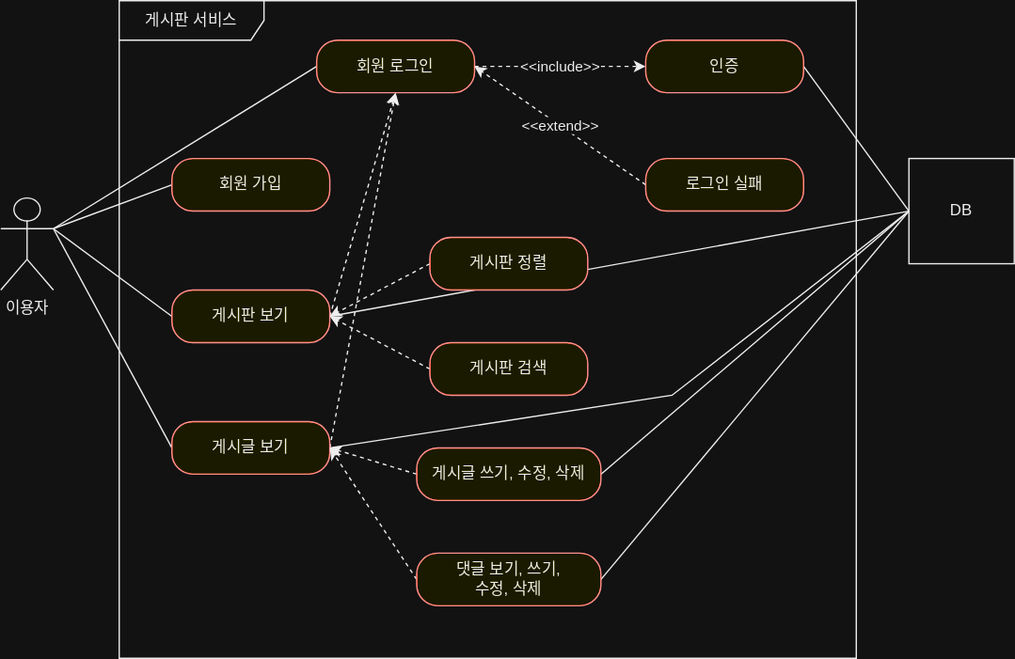
Earlier version of the draw.io export document/use-case.svg (bokyoung89/work-board-project). Source tidied: cells renumbered, new cells last; positions are measured from the earlier drawing's top-left corner, leaving out a move shared by most shapes.
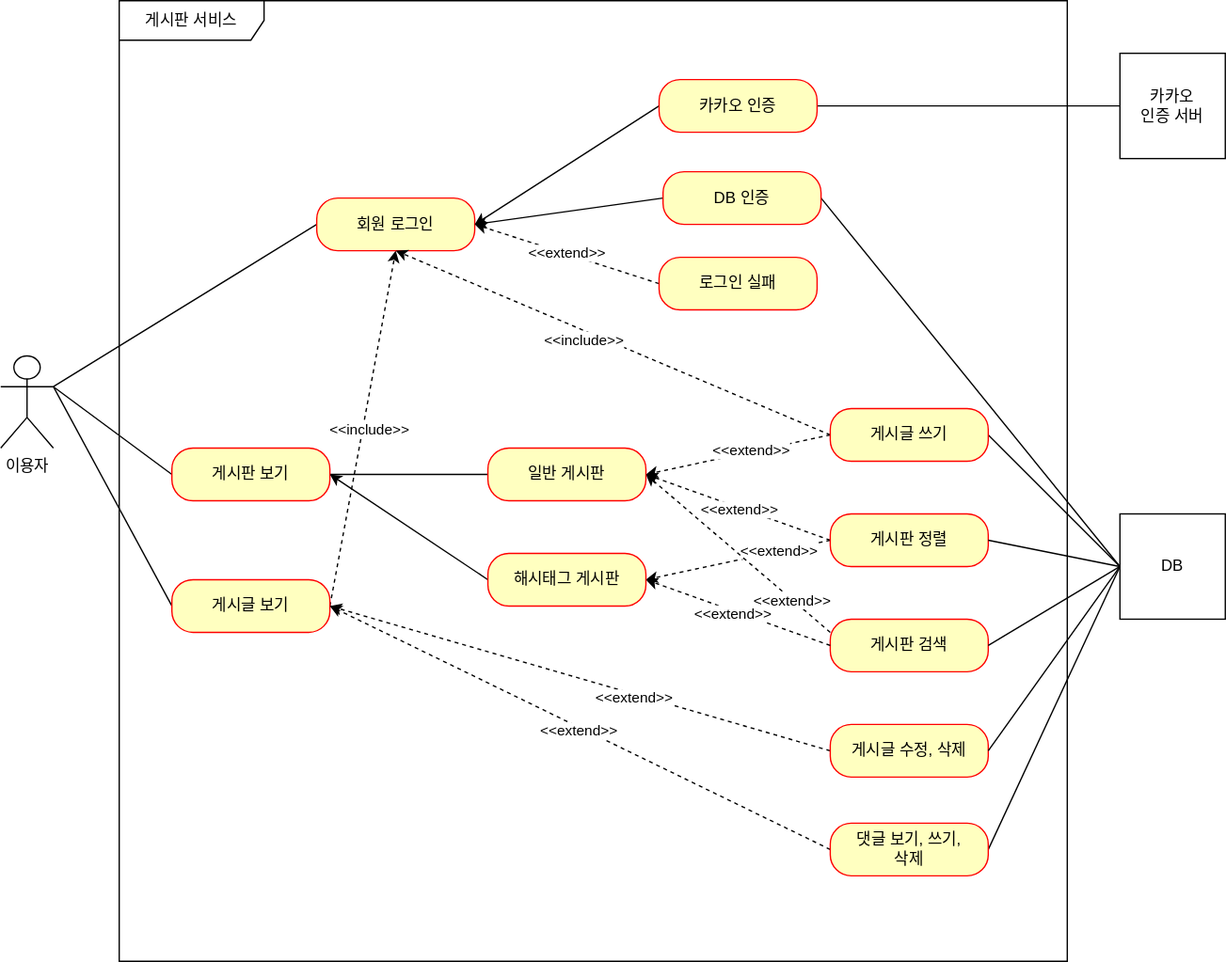
Later version of the same file.

Commit message:
#50 - use-case.svg : 카카오 인증 유즈 케이스 추가

Diff of the diagram source:
```diff
@@ -3,30 +3,19 @@
     <mxCell id="0" />
     <mxCell id="1" parent="0" />
     <mxCell id="2" value="이용자" style="shape=umlActor;verticalLabelPosition=bottom;verticalAlign=top;html=1;" parent="1" vertex="1">
-      <mxGeometry y="150" width="40" height="70" as="geometry" />
+      <mxGeometry x="10" y="160" width="40" height="70" as="geometry" />
     </mxCell>
     <mxCell id="3" value="게시판 서비스" style="shape=umlFrame;whiteSpace=wrap;html=1;width=110;height=30;" parent="1" vertex="1">
-      <mxGeometry x="90" width="560" height="500" as="geometry" />
+      <mxGeometry x="100" y="-110" width="720" height="730" as="geometry" />
     </mxCell>
-    <mxCell id="4" style="rounded=0;jettySize=auto;html=1;exitX=0;exitY=0.5;exitDx=0;exitDy=0;entryX=1;entryY=0.3333333333333333;entryDx=0;entryDy=0;entryPerimeter=0;endArrow=none;endFill=0;" parent="1" edge="1" source="5" target="2">
-      <mxGeometry relative="1" as="geometry" />
-    </mxCell>
-    <mxCell id="5" value="회원 가입" style="rounded=1;whiteSpace=wrap;html=1;arcSize=40;fontColor=#000000;fillColor=#ffffc0;strokeColor=#ff0000;" parent="1" vertex="1">
-      <mxGeometry x="130" y="120" width="120" height="40" as="geometry" />
-    </mxCell>
     <mxCell id="6" style="rounded=0;jettySize=auto;html=1;exitX=0;exitY=0.5;exitDx=0;exitDy=0;entryX=1;entryY=0.3333333333333333;entryDx=0;entryDy=0;entryPerimeter=0;endArrow=none;endFill=0;" parent="1" edge="1" source="9" target="2">
       <mxGeometry relative="1" as="geometry" />
     </mxCell>
-    <mxCell id="7" style="rounded=0;jettySize=auto;html=1;exitX=1;exitY=0.5;exitDx=0;exitDy=0;entryX=0.5;entryY=1;entryDx=0;entryDy=0;dashed=1;" parent="1" edge="1" source="9" target="16">
-      <mxGeometry relative="1" as="geometry" />
-    </mxCell>
-    <mxCell id="8" style="rounded=0;jettySize=auto;html=1;exitX=1;exitY=0.5;exitDx=0;exitDy=0;endArrow=none;endFill=0;" parent="1" edge="1" source="9">
-      <mxGeometry relative="1" as="geometry">
-        <mxPoint x="690" y="160" as="targetPoint" />
-      </mxGeometry>
-    </mxCell>
+    <mxCell id="32" style="rounded=0;jettySize=auto;html=1;exitX=1;exitY=0.5;exitDx=0;exitDy=0;endArrow=none;endFill=0;entryX=0;entryY=0.5;entryDx=0;entryDy=0;" parent="1" edge="1" source="9" target="48">
+      <mxGeometry relative="1" as="geometry" />
+    </mxCell>
     <mxCell id="9" value="게시판 보기" style="rounded=1;whiteSpace=wrap;html=1;arcSize=40;fontColor=#000000;fillColor=#ffffc0;strokeColor=#ff0000;" parent="1" vertex="1">
-      <mxGeometry x="130" y="220" width="120" height="40" as="geometry" />
+      <mxGeometry x="140" y="230" width="120" height="40" as="geometry" />
     </mxCell>
     <mxCell id="10" style="rounded=0;jettySize=auto;html=1;exitX=0;exitY=0.5;exitDx=0;exitDy=0;endArrow=none;endFill=0;entryX=1;entryY=0.3333333333333333;entryDx=0;entryDy=0;entryPerimeter=0;" parent="1" edge="1" source="13" target="2">
       <mxGeometry relative="1" as="geometry" />
@@ -34,69 +23,142 @@
     <mxCell id="11" style="rounded=0;jettySize=auto;html=1;exitX=1;exitY=0.5;exitDx=0;exitDy=0;entryX=0.5;entryY=1;entryDx=0;entryDy=0;dashed=1;" parent="1" edge="1" source="13" target="16">
       <mxGeometry relative="1" as="geometry" />
     </mxCell>
-    <mxCell id="12" style="rounded=0;jettySize=auto;html=1;exitX=1;exitY=0.5;exitDx=0;exitDy=0;entryX=0;entryY=0.5;entryDx=0;entryDy=0;endArrow=none;endFill=0;" parent="1" edge="1" source="13" target="31">
-      <mxGeometry relative="1" as="geometry">
-        <Array as="points">
-          <mxPoint x="510" y="300" />
-        </Array>
-      </mxGeometry>
-    </mxCell>
+    <mxCell id="33" value="&amp;lt;&amp;lt;include&amp;gt;&amp;gt;" style="edgeLabel;html=1;align=center;verticalAlign=middle;" parent="11" vertex="1">
+      <mxGeometry x="0.01" y="-4" relative="1" as="geometry" />
+    </mxCell>
     <mxCell id="13" value="게시글 보기" style="rounded=1;whiteSpace=wrap;html=1;arcSize=40;fontColor=#000000;fillColor=#ffffc0;strokeColor=#ff0000;" parent="1" vertex="1">
-      <mxGeometry x="130" y="320" width="120" height="40" as="geometry" />
+      <mxGeometry x="140" y="330" width="120" height="40" as="geometry" />
     </mxCell>
     <mxCell id="14" style="rounded=0;jettySize=auto;html=1;exitX=0;exitY=0.5;exitDx=0;exitDy=0;entryX=1;entryY=0.3333333333333333;entryDx=0;entryDy=0;entryPerimeter=0;endArrow=none;endFill=0;" parent="1" edge="1" source="16" target="2">
       <mxGeometry relative="1" as="geometry" />
     </mxCell>
-    <mxCell id="15" value="&amp;lt;&amp;lt;include&amp;gt;&amp;gt;" style="edgeStyle=orthogonalEdgeStyle;rounded=0;jettySize=auto;html=1;exitX=1;exitY=0.5;exitDx=0;exitDy=0;entryX=0;entryY=0.5;entryDx=0;entryDy=0;dashed=1;" parent="1" edge="1" source="16" target="18">
-      <mxGeometry relative="1" as="geometry" />
-    </mxCell>
     <mxCell id="16" value="회원 로그인" style="rounded=1;whiteSpace=wrap;html=1;arcSize=40;fontColor=#000000;fillColor=#ffffc0;strokeColor=#ff0000;" parent="1" vertex="1">
-      <mxGeometry x="240" y="30" width="120" height="40" as="geometry" />
+      <mxGeometry x="250" y="40" width="120" height="40" as="geometry" />
     </mxCell>
-    <mxCell id="17" style="rounded=0;jettySize=auto;html=1;exitX=1;exitY=0.5;exitDx=0;exitDy=0;entryX=0;entryY=0.5;entryDx=0;entryDy=0;endArrow=none;endFill=0;" parent="1" edge="1" source="18" target="31">
-      <mxGeometry relative="1" as="geometry" />
-    </mxCell>
-    <mxCell id="18" value="인증" style="rounded=1;whiteSpace=wrap;html=1;arcSize=40;fontColor=#000000;fillColor=#ffffc0;strokeColor=#ff0000;" parent="1" vertex="1">
-      <mxGeometry x="490" y="30" width="120" height="40" as="geometry" />
-    </mxCell>
+    <mxCell id="34" style="rounded=0;jettySize=auto;html=1;exitX=1;exitY=0.5;exitDx=0;exitDy=0;entryX=0;entryY=0.5;entryDx=0;entryDy=0;endArrow=none;endFill=0;" parent="1" edge="1" source="36" target="31">
+      <mxGeometry relative="1" as="geometry" />
+    </mxCell>
+    <mxCell id="35" style="rounded=0;jettySize=auto;html=1;exitX=0;exitY=0.5;exitDx=0;exitDy=0;entryX=1;entryY=0.5;entryDx=0;entryDy=0;" parent="1" edge="1" source="36" target="16">
+      <mxGeometry relative="1" as="geometry" />
+    </mxCell>
+    <mxCell id="36" value="DB 인증" style="rounded=1;whiteSpace=wrap;html=1;arcSize=40;fontColor=#000000;fillColor=#ffffc0;strokeColor=#ff0000;" parent="1" vertex="1">
+      <mxGeometry x="513" y="20" width="120" height="40" as="geometry" />
+    </mxCell>
     <mxCell id="19" value="&amp;lt;&amp;lt;extend&amp;gt;&amp;gt;" style="rounded=0;jettySize=auto;html=1;exitX=0;exitY=0.5;exitDx=0;exitDy=0;entryX=1;entryY=0.5;entryDx=0;entryDy=0;dashed=1;" parent="1" edge="1" source="20" target="16">
       <mxGeometry relative="1" as="geometry" />
     </mxCell>
     <mxCell id="20" value="로그인 실패" style="rounded=1;whiteSpace=wrap;html=1;arcSize=40;fontColor=#000000;fillColor=#ffffc0;strokeColor=#ff0000;" parent="1" vertex="1">
-      <mxGeometry x="490" y="120" width="120" height="40" as="geometry" />
+      <mxGeometry x="510" y="85" width="120" height="40" as="geometry" />
     </mxCell>
-    <mxCell id="21" style="rounded=0;jettySize=auto;html=1;exitX=0;exitY=0.5;exitDx=0;exitDy=0;entryX=1;entryY=0.5;entryDx=0;entryDy=0;dashed=1;" parent="1" edge="1" source="22" target="9">
-      <mxGeometry relative="1" as="geometry" />
-    </mxCell>
+    <mxCell id="37" style="rounded=0;jettySize=auto;html=1;exitX=0;exitY=0.5;exitDx=0;exitDy=0;entryX=1;entryY=0.5;entryDx=0;entryDy=0;dashed=1;" parent="1" edge="1" source="22" target="48">
+      <mxGeometry relative="1" as="geometry" />
+    </mxCell>
+    <mxCell id="38" value="&amp;lt;&amp;lt;extend&amp;gt;&amp;gt;" style="edgeLabel;html=1;align=center;verticalAlign=middle;" parent="37" vertex="1">
+      <mxGeometry x="-0.02" y="1" relative="1" as="geometry" />
+    </mxCell>
+    <mxCell id="39" style="rounded=0;jettySize=auto;html=1;exitX=0;exitY=0.5;exitDx=0;exitDy=0;entryX=1;entryY=0.5;entryDx=0;entryDy=0;dashed=1;" parent="1" edge="1" source="22" target="60">
+      <mxGeometry relative="1" as="geometry" />
+    </mxCell>
+    <mxCell id="40" value="&amp;lt;&amp;lt;extend&amp;gt;&amp;gt;" style="edgeLabel;html=1;align=center;verticalAlign=middle;" parent="39" vertex="1">
+      <mxGeometry x="-0.61" relative="1" as="geometry">
+        <mxPoint x="-12" y="2" as="offset" />
+      </mxGeometry>
+    </mxCell>
     <mxCell id="22" value="게시판 정렬" style="rounded=1;whiteSpace=wrap;html=1;arcSize=40;fontColor=#000000;fillColor=#ffffc0;strokeColor=#ff0000;" parent="1" vertex="1">
-      <mxGeometry x="326" y="180" width="120" height="40" as="geometry" />
+      <mxGeometry x="640" y="280" width="120" height="40" as="geometry" />
     </mxCell>
-    <mxCell id="23" style="rounded=0;jettySize=auto;html=1;exitX=0;exitY=0.5;exitDx=0;exitDy=0;dashed=1;entryX=1;entryY=0.5;entryDx=0;entryDy=0;" parent="1" edge="1" source="24" target="9">
-      <mxGeometry relative="1" as="geometry" />
-    </mxCell>
+    <mxCell id="41" style="rounded=0;jettySize=auto;html=1;exitX=0;exitY=0.5;exitDx=0;exitDy=0;entryX=1;entryY=0.5;entryDx=0;entryDy=0;" parent="1" edge="1" source="60" target="9">
+      <mxGeometry relative="1" as="geometry" />
+    </mxCell>
+    <mxCell id="42" style="rounded=0;jettySize=auto;html=1;exitX=0;exitY=0.25;exitDx=0;exitDy=0;entryX=1;entryY=0.5;entryDx=0;entryDy=0;dashed=1;" parent="1" edge="1" source="24" target="48">
+      <mxGeometry relative="1" as="geometry" />
+    </mxCell>
+    <mxCell id="43" value="&amp;lt;&amp;lt;extend&amp;gt;&amp;gt;" style="edgeLabel;html=1;align=center;verticalAlign=middle;" parent="42" vertex="1">
+      <mxGeometry x="-0.42" y="1" relative="1" as="geometry">
+        <mxPoint x="11" y="9" as="offset" />
+      </mxGeometry>
+    </mxCell>
     <mxCell id="24" value="게시판 검색" style="rounded=1;whiteSpace=wrap;html=1;arcSize=40;fontColor=#000000;fillColor=#ffffc0;strokeColor=#ff0000;" parent="1" vertex="1">
-      <mxGeometry x="326" y="260" width="120" height="40" as="geometry" />
+      <mxGeometry x="640" y="360" width="120" height="40" as="geometry" />
     </mxCell>
-    <mxCell id="25" style="rounded=0;jettySize=auto;html=1;exitX=0;exitY=0.5;exitDx=0;exitDy=0;entryX=1;entryY=0.5;entryDx=0;entryDy=0;dashed=1;" parent="1" edge="1" source="27" target="13">
-      <mxGeometry relative="1" as="geometry" />
-    </mxCell>
-    <mxCell id="26" style="rounded=0;jettySize=auto;html=1;exitX=1;exitY=0.5;exitDx=0;exitDy=0;entryX=0;entryY=0.5;entryDx=0;entryDy=0;endArrow=none;endFill=0;" parent="1" edge="1" source="27" target="31">
-      <mxGeometry relative="1" as="geometry" />
-    </mxCell>
-    <mxCell id="27" value="게시글 쓰기, 수정, 삭제" style="rounded=1;whiteSpace=wrap;html=1;arcSize=40;fontColor=#000000;fillColor=#ffffc0;strokeColor=#ff0000;" parent="1" vertex="1">
-      <mxGeometry x="316" y="340" width="140" height="40" as="geometry" />
-    </mxCell>
-    <mxCell id="28" style="rounded=0;jettySize=auto;html=1;exitX=0;exitY=0.5;exitDx=0;exitDy=0;dashed=1;entryX=1;entryY=0.5;entryDx=0;entryDy=0;" parent="1" edge="1" source="30" target="13">
-      <mxGeometry relative="1" as="geometry" />
-    </mxCell>
-    <mxCell id="29" style="rounded=0;jettySize=auto;html=1;exitX=1;exitY=0.5;exitDx=0;exitDy=0;entryX=0;entryY=0.5;entryDx=0;entryDy=0;endArrow=none;endFill=0;" parent="1" edge="1" source="30" target="31">
-      <mxGeometry relative="1" as="geometry" />
-    </mxCell>
-    <mxCell id="30" value="댓글 보기, 쓰기, &lt;br&gt;수정, 삭제" style="rounded=1;whiteSpace=wrap;html=1;arcSize=40;fontColor=#000000;fillColor=#ffffc0;strokeColor=#ff0000;" parent="1" vertex="1">
-      <mxGeometry x="316" y="420" width="140" height="40" as="geometry" />
-    </mxCell>
+    <mxCell id="44" style="rounded=0;jettySize=auto;html=1;exitX=0;exitY=0.5;exitDx=0;exitDy=0;entryX=1;entryY=0.5;entryDx=0;entryDy=0;dashed=1;" parent="1" edge="1" source="47" target="13">
+      <mxGeometry relative="1" as="geometry" />
+    </mxCell>
+    <mxCell id="45" value="&amp;lt;&amp;lt;extend&amp;gt;&amp;gt;" style="edgeLabel;html=1;align=center;verticalAlign=middle;" parent="44" vertex="1">
+      <mxGeometry y="2" relative="1" as="geometry" />
+    </mxCell>
+    <mxCell id="46" style="rounded=0;jettySize=auto;html=1;exitX=1;exitY=0.5;exitDx=0;exitDy=0;entryX=0;entryY=0.5;entryDx=0;entryDy=0;endArrow=none;endFill=0;" parent="1" edge="1" source="47" target="31">
+      <mxGeometry relative="1" as="geometry" />
+    </mxCell>
+    <mxCell id="47" value="댓글 보기, 쓰기, &lt;br&gt;삭제" style="rounded=1;whiteSpace=wrap;html=1;arcSize=40;fontColor=#000000;fillColor=#ffffc0;strokeColor=#ff0000;" parent="1" vertex="1">
+      <mxGeometry x="640" y="515" width="120" height="40" as="geometry" />
+    </mxCell>
     <mxCell id="31" value="DB" style="html=1;whiteSpace=wrap;" parent="1" vertex="1">
-      <mxGeometry x="690" y="120" width="80" height="80" as="geometry" />
+      <mxGeometry x="860" y="280" width="80" height="80" as="geometry" />
     </mxCell>
+    <mxCell id="48" value="일반 게시판" style="rounded=1;whiteSpace=wrap;html=1;arcSize=40;fontColor=#000000;fillColor=#ffffc0;strokeColor=#ff0000;" parent="1" vertex="1">
+      <mxGeometry x="380" y="230" width="120" height="40" as="geometry" />
+    </mxCell>
+    <mxCell id="49" style="rounded=0;jettySize=auto;html=1;exitX=0;exitY=0.5;exitDx=0;exitDy=0;entryX=1;entryY=0.5;entryDx=0;entryDy=0;dashed=1;" parent="1" edge="1" source="54" target="48">
+      <mxGeometry relative="1" as="geometry" />
+    </mxCell>
+    <mxCell id="50" value="&amp;lt;&amp;lt;extend&amp;gt;&amp;gt;" style="edgeLabel;html=1;align=center;verticalAlign=middle;" parent="49" vertex="1">
+      <mxGeometry x="-0.23" y="2" relative="1" as="geometry">
+        <mxPoint x="-7" y="-2" as="offset" />
+      </mxGeometry>
+    </mxCell>
+    <mxCell id="51" style="rounded=0;jettySize=auto;html=1;exitX=0;exitY=0.5;exitDx=0;exitDy=0;entryX=0.5;entryY=1;entryDx=0;entryDy=0;dashed=1;" parent="1" edge="1" source="54" target="16">
+      <mxGeometry relative="1" as="geometry" />
+    </mxCell>
+    <mxCell id="52" value="&amp;lt;&amp;lt;include&amp;gt;&amp;gt;" style="edgeLabel;html=1;align=center;verticalAlign=middle;" parent="51" vertex="1">
+      <mxGeometry x="-0.02" y="4" relative="1" as="geometry">
+        <mxPoint x="-25" y="-8" as="offset" />
+      </mxGeometry>
+    </mxCell>
+    <mxCell id="53" style="rounded=0;jettySize=auto;html=1;exitX=1;exitY=0.5;exitDx=0;exitDy=0;entryX=0;entryY=0.5;entryDx=0;entryDy=0;endArrow=none;endFill=0;" parent="1" edge="1" source="54" target="31">
+      <mxGeometry relative="1" as="geometry" />
+    </mxCell>
+    <mxCell id="54" value="게시글 쓰기" style="rounded=1;whiteSpace=wrap;html=1;arcSize=40;fontColor=#000000;fillColor=#ffffc0;strokeColor=#ff0000;" parent="1" vertex="1">
+      <mxGeometry x="640" y="200" width="120" height="40" as="geometry" />
+    </mxCell>
+    <mxCell id="55" style="rounded=0;jettySize=auto;html=1;exitX=0;exitY=0.5;exitDx=0;exitDy=0;entryX=1;entryY=0.5;entryDx=0;entryDy=0;dashed=1;" parent="1" edge="1" source="57" target="13">
+      <mxGeometry relative="1" as="geometry" />
+    </mxCell>
+    <mxCell id="56" value="&amp;lt;&amp;lt;extend&amp;gt;&amp;gt;" style="edgeLabel;html=1;align=center;verticalAlign=middle;" parent="55" vertex="1">
+      <mxGeometry x="-0.22" y="3" relative="1" as="geometry" />
+    </mxCell>
+    <mxCell id="57" value="게시글 수정, 삭제" style="rounded=1;whiteSpace=wrap;html=1;arcSize=40;fontColor=#000000;fillColor=#ffffc0;strokeColor=#ff0000;" parent="1" vertex="1">
+      <mxGeometry x="640" y="440" width="120" height="40" as="geometry" />
+    </mxCell>
+    <mxCell id="58" style="rounded=0;jettySize=auto;html=1;exitX=0;exitY=0.5;exitDx=0;exitDy=0;dashed=1;entryX=1;entryY=0.5;entryDx=0;entryDy=0;" parent="1" edge="1" source="24" target="60">
+      <mxGeometry relative="1" as="geometry" />
+    </mxCell>
+    <mxCell id="59" value="&amp;lt;&amp;lt;extend&amp;gt;&amp;gt;" style="edgeLabel;html=1;align=center;verticalAlign=middle;" parent="58" vertex="1">
+      <mxGeometry x="0.05" y="2" relative="1" as="geometry" />
+    </mxCell>
+    <mxCell id="60" value="해시태그 게시판" style="rounded=1;whiteSpace=wrap;html=1;arcSize=40;fontColor=#000000;fillColor=#ffffc0;strokeColor=#ff0000;" parent="1" vertex="1">
+      <mxGeometry x="380" y="310" width="120" height="40" as="geometry" />
+    </mxCell>
+    <mxCell id="61" style="rounded=0;jettySize=auto;html=1;exitX=0;exitY=0.5;exitDx=0;exitDy=0;entryX=1;entryY=0.5;entryDx=0;entryDy=0;" parent="1" edge="1" source="63" target="16">
+      <mxGeometry relative="1" as="geometry" />
+    </mxCell>
+    <mxCell id="62" style="edgeStyle=orthogonalEdgeStyle;rounded=0;jettySize=auto;html=1;exitX=1;exitY=0.5;exitDx=0;exitDy=0;entryX=0;entryY=0.5;entryDx=0;entryDy=0;endArrow=none;endFill=0;" parent="1" edge="1" source="63" target="67">
+      <mxGeometry relative="1" as="geometry" />
+    </mxCell>
+    <mxCell id="63" value="카카오 인증" style="rounded=1;whiteSpace=wrap;html=1;arcSize=40;fontColor=#000000;fillColor=#ffffc0;strokeColor=#ff0000;" parent="1" vertex="1">
+      <mxGeometry x="510" y="-50" width="120" height="40" as="geometry" />
+    </mxCell>
+    <mxCell id="64" style="rounded=0;jettySize=auto;html=1;exitX=1;exitY=0.5;exitDx=0;exitDy=0;entryX=0;entryY=0.5;entryDx=0;entryDy=0;endArrow=none;endFill=0;" parent="1" edge="1" source="22" target="31">
+      <mxGeometry relative="1" as="geometry" />
+    </mxCell>
+    <mxCell id="65" style="rounded=0;jettySize=auto;html=1;exitX=1;exitY=0.5;exitDx=0;exitDy=0;entryX=0;entryY=0.5;entryDx=0;entryDy=0;endArrow=none;endFill=0;" parent="1" edge="1" source="24" target="31">
+      <mxGeometry relative="1" as="geometry" />
+    </mxCell>
+    <mxCell id="66" style="rounded=0;jettySize=auto;html=1;exitX=1;exitY=0.5;exitDx=0;exitDy=0;entryX=0;entryY=0.5;entryDx=0;entryDy=0;endArrow=none;endFill=0;" parent="1" edge="1" source="57" target="31">
+      <mxGeometry relative="1" as="geometry" />
+    </mxCell>
+    <mxCell id="67" value="카카오&lt;br&gt;인증 서버" style="html=1;whiteSpace=wrap;" parent="1" vertex="1">
+      <mxGeometry x="860" y="-70" width="80" height="80" as="geometry" />
+    </mxCell>
   </root>
 </mxGraphModel>
```
